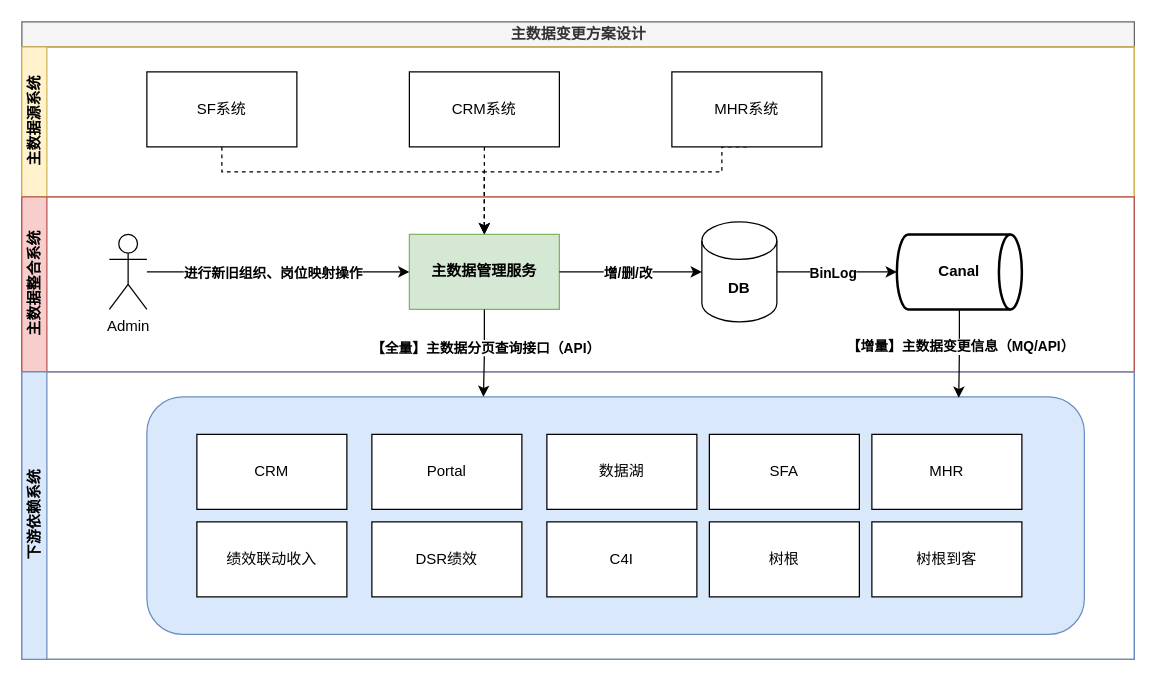
This is 研发侧统筹流程汇总.drawio from 18857545022/-, a draw.io file, before an edit. Source tidied: cells renumbered, new cells numbered last; positions are measured from the earlier drawing's top-left corner, leaving out a move shared by most shapes. Both pictures are drawn from the tidied source at 125%, with x=0, y=0 at pixel (21, 21).
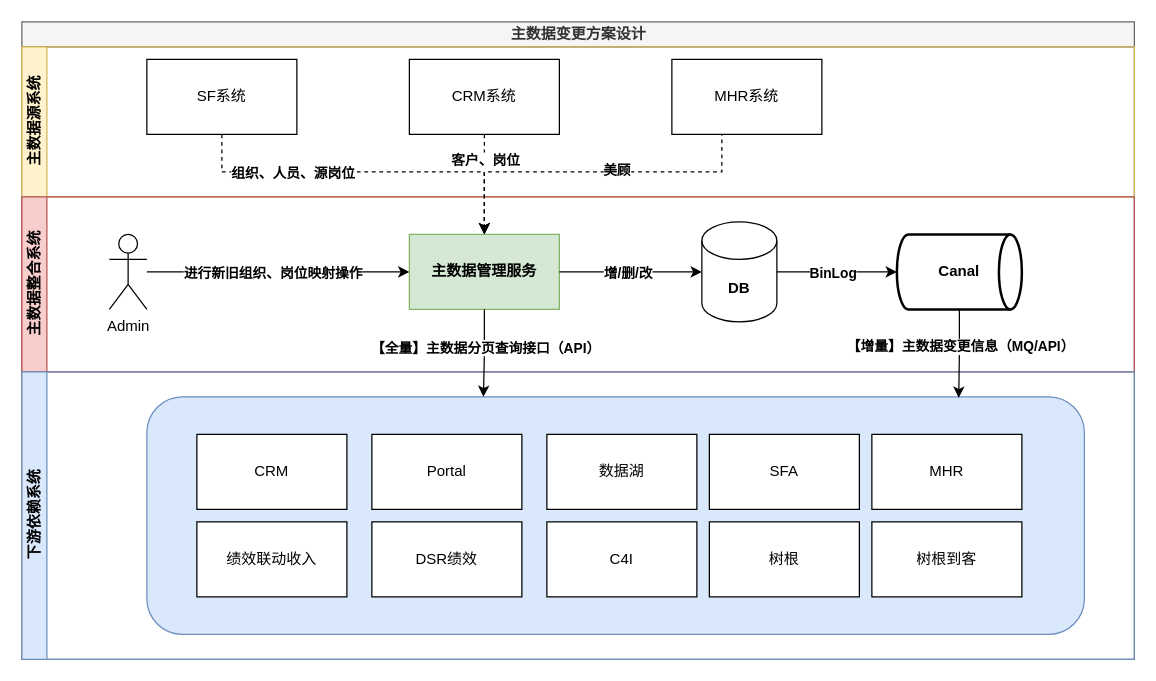
Above is the later version.

Commit message (it also covers changes not shown here):
更新研发侧统筹流程汇总.drawio

The change refers to these unchanged cells:
```xml
<mxCell id="3" value="主数据源系统" style="swimlane;startSize=20;horizontal=0;html=1;fillColor=#fff2cc;strokeColor=#d6b656;" parent="2" vertex="1">
  <mxGeometry y="20" width="890" height="120" as="geometry" />
</mxCell>
<mxCell id="6" style="edgeStyle=orthogonalEdgeStyle;rounded=0;jettySize=auto;html=1;exitX=0.5;exitY=1;exitDx=0;exitDy=0;dashed=1;" parent="3" edge="1" source="7">
  <mxGeometry relative="1" as="geometry">
    <mxPoint x="370" y="150" as="targetPoint" />
    <Array as="points">
      <mxPoint x="560" y="100" />
      <mxPoint x="370" y="100" />
    </Array>
  </mxGeometry>
</mxCell>
<mxCell id="32" style="edgeStyle=orthogonalEdgeStyle;rounded=0;jettySize=auto;html=1;exitX=0.5;exitY=1;exitDx=0;exitDy=0;entryX=0.5;entryY=0;entryDx=0;entryDy=0;dashed=1;" parent="2" edge="1" source="4" target="9">
  <mxGeometry relative="1" as="geometry">
    <Array as="points">
      <mxPoint x="160" y="120" />
      <mxPoint x="370" y="120" />
    </Array>
  </mxGeometry>
</mxCell>
<mxCell id="33" style="edgeStyle=orthogonalEdgeStyle;rounded=0;jettySize=auto;html=1;exitX=0.5;exitY=1;exitDx=0;exitDy=0;entryX=0.5;entryY=0;entryDx=0;entryDy=0;dashed=1;" parent="2" edge="1" source="5" target="9">
  <mxGeometry relative="1" as="geometry" />
</mxCell>
```

The edit, as a diff of the source:
```diff
@@
     <mxCell id="4" value="SF系统" style="rounded=0;whiteSpace=wrap;html=1;" parent="3" vertex="1">
-      <mxGeometry x="100" y="20" width="120" height="60" as="geometry" />
+      <mxGeometry x="100" y="10" width="120" height="60" as="geometry" />
     </mxCell>
     <mxCell id="5" value="CRM系统" style="rounded=0;whiteSpace=wrap;html=1;" parent="3" vertex="1">
-      <mxGeometry x="310" y="20" width="120" height="60" as="geometry" />
+      <mxGeometry x="310" y="10" width="120" height="60" as="geometry" />
     </mxCell>
@@
+    <mxCell id="38" value="美顾" style="edgeLabel;html=1;align=center;verticalAlign=middle;fontStyle=1;" parent="6" vertex="1">
+      <mxGeometry x="-0.07" y="-2" relative="1" as="geometry" />
+    </mxCell>
     <mxCell id="7" value="MHR系统" style="rounded=0;whiteSpace=wrap;html=1;" parent="3" vertex="1">
-      <mxGeometry x="520" y="20" width="120" height="60" as="geometry" />
+      <mxGeometry x="520" y="10" width="120" height="60" as="geometry" />
     </mxCell>
@@
+    <mxCell id="39" value="组织、人员、源岗位" style="edgeLabel;html=1;align=center;verticalAlign=middle;fontStyle=1;" parent="32" vertex="1">
+      <mxGeometry x="-0.41" relative="1" as="geometry" />
+    </mxCell>
@@
+    <mxCell id="40" value="客户、岗位" style="edgeLabel;html=1;align=center;verticalAlign=middle;fontStyle=1;" parent="33" vertex="1">
+      <mxGeometry x="-0.03" relative="1" as="geometry">
+        <mxPoint y="-19" as="offset" />
+      </mxGeometry>
+    </mxCell>
```
